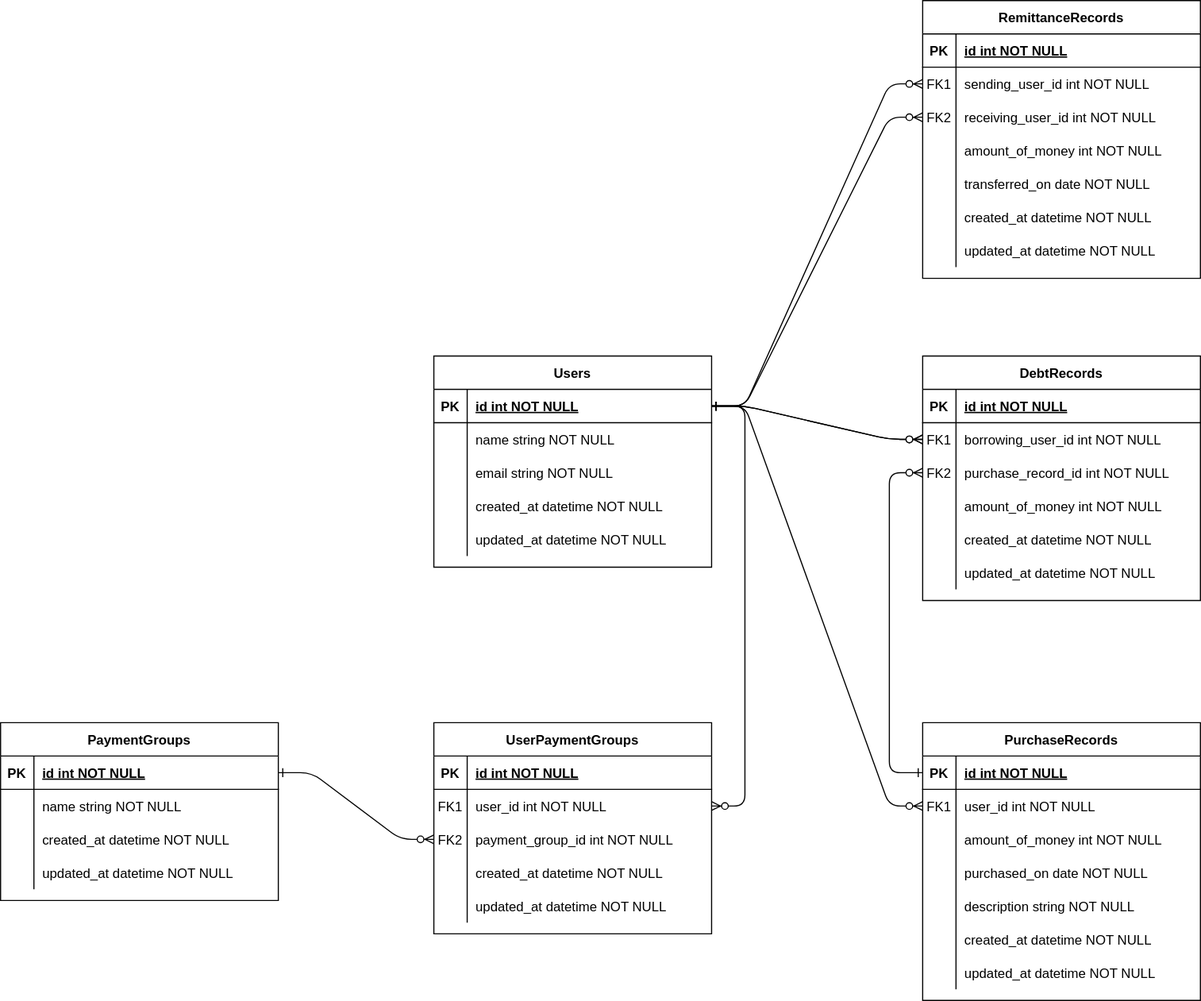
Earlier version of the draw.io export er-diagram/er.svg (a-yossy/dutch_account). Source tidied: cells renumbered, new cells last; positions are measured from the earlier drawing's top-left corner, leaving out a move shared by most shapes.
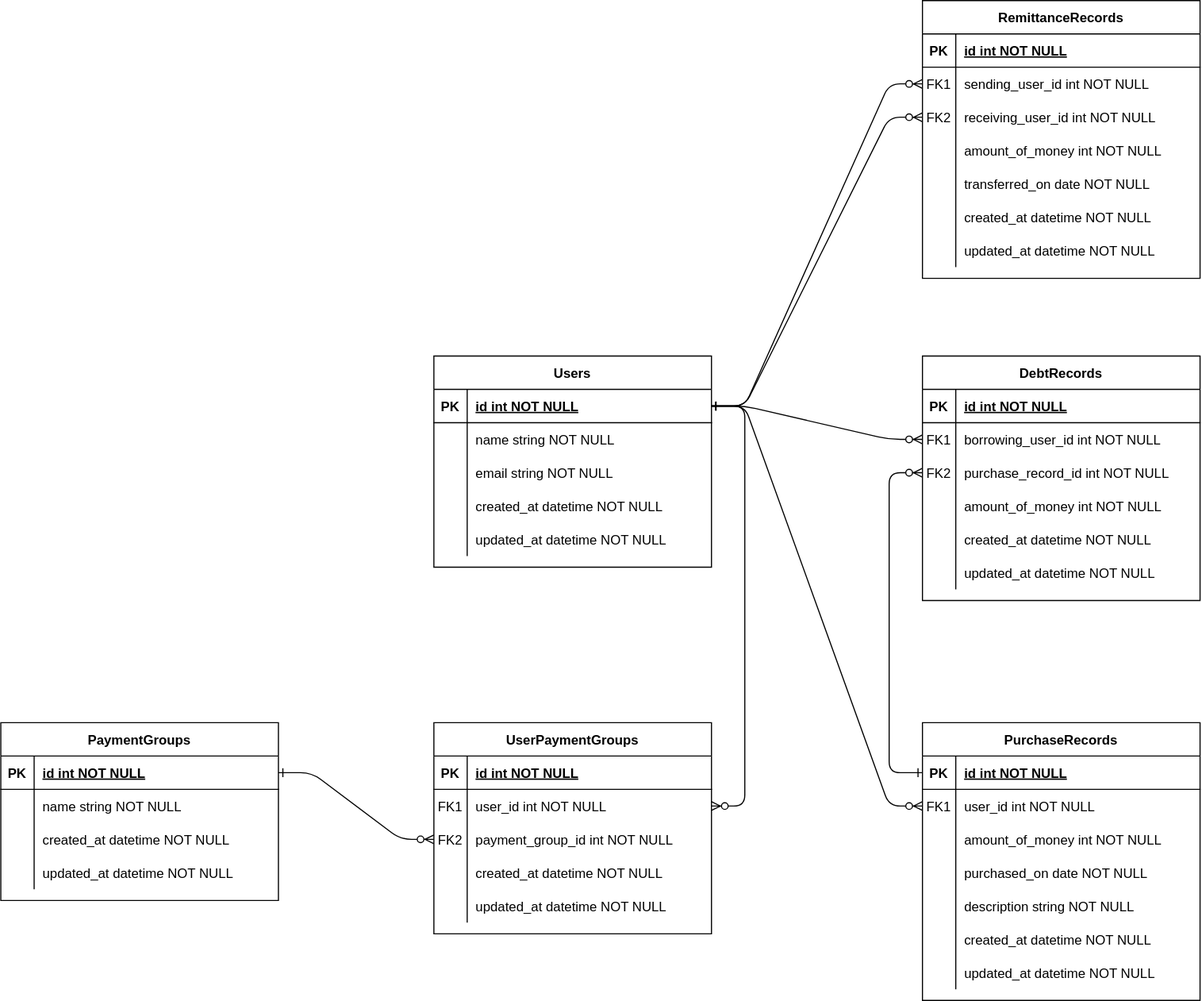
Later version of the same file.

The edit, as a diff of the source:
```diff
@@ -352,8 +352,5 @@
     <mxCell id="116" style="edgeStyle=entityRelationEdgeStyle;endArrow=ERzeroToMany;startArrow=ERone;endFill=1;startFill=0;jumpStyle=gap;" parent="1" edge="1" source="33" target="100">
       <mxGeometry relative="1" as="geometry" />
     </mxCell>
-    <mxCell id="117" style="edgeStyle=entityRelationEdgeStyle;endArrow=ERzeroToMany;startArrow=ERone;endFill=1;startFill=0;jumpStyle=gap;" parent="1" edge="1" source="33" target="100">
-      <mxGeometry relative="1" as="geometry" />
-    </mxCell>
   </root>
 </mxGraphModel>
```
